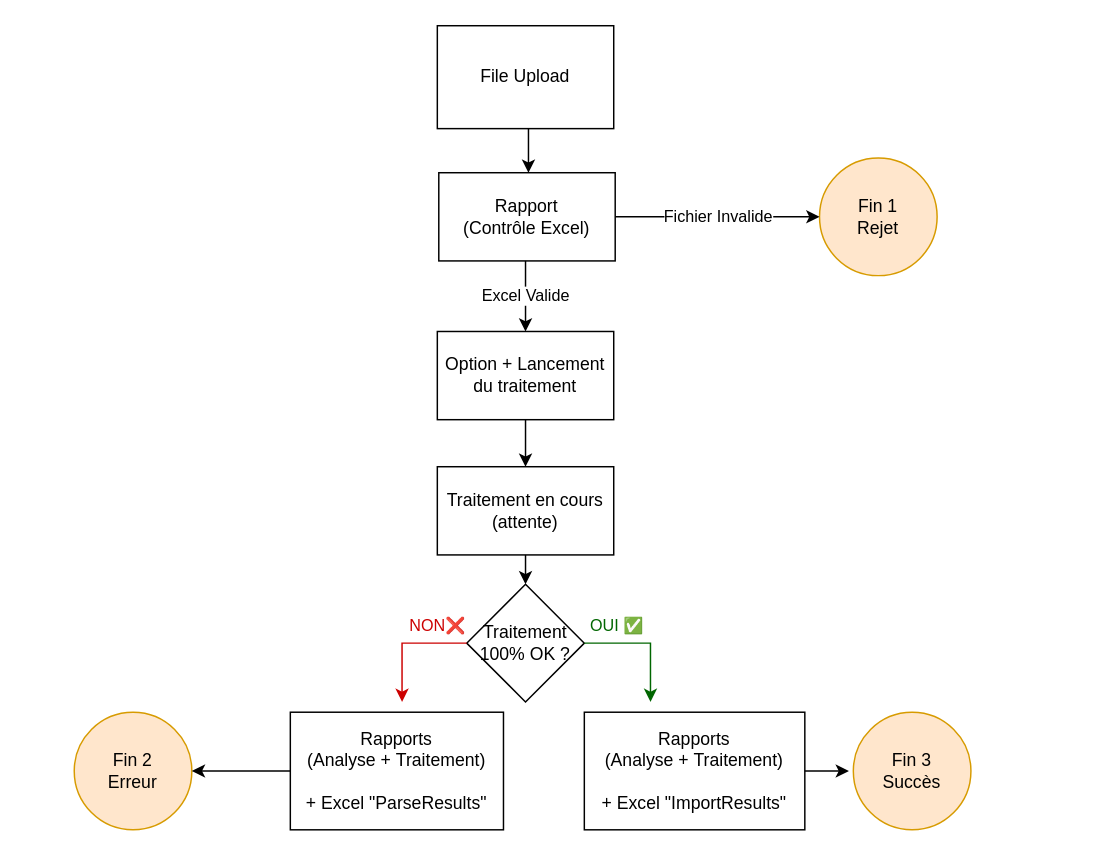
The draw.io diagram Spécifications/Import - Diagram d'enchaînement des écrans.drawio in xarich/XRIPersonalWiki, before the edit. Source tidied: cells renumbered, new cells numbered last; positions are measured from the earlier drawing's top-left corner, leaving out a move shared by most shapes. Both pictures are drawn from the tidied source at 147%, with x=0, y=0 at pixel (74, 25).
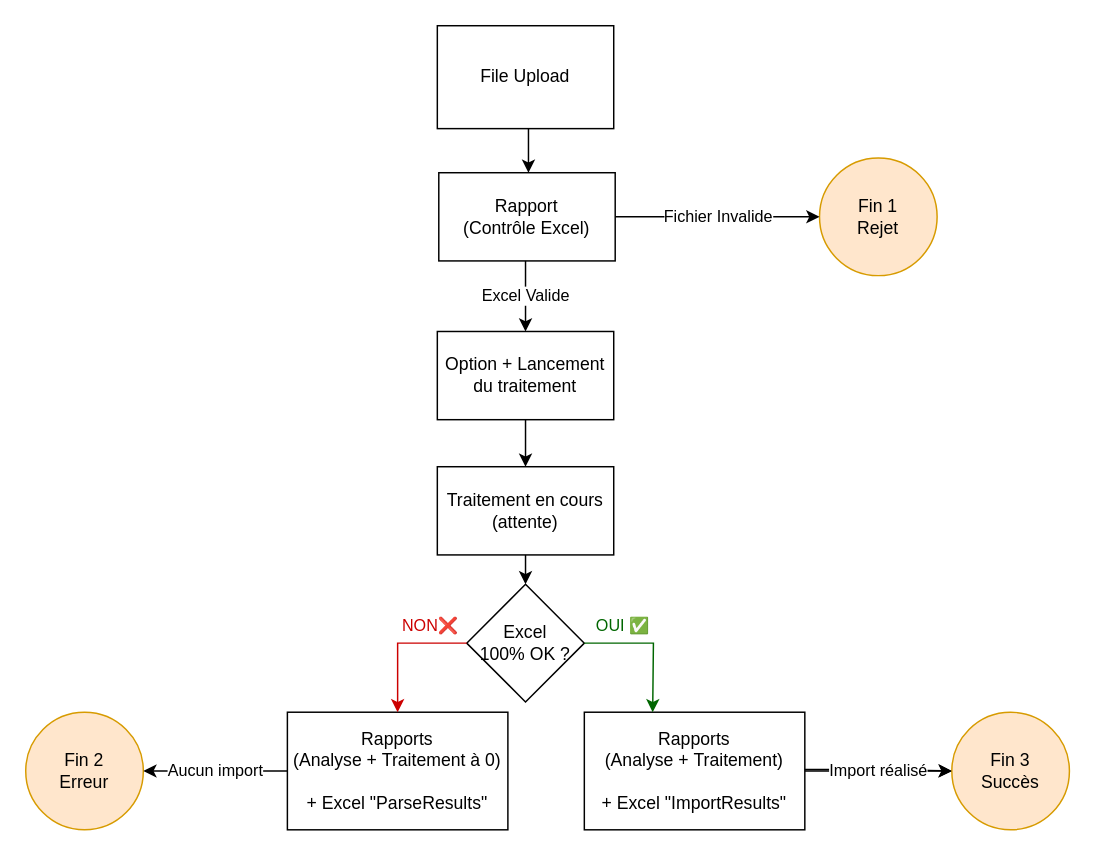
Above is the later version.

Commit message:
Couleur sur les 3 éléments de fin + Légende sur les flèches de fin

Unchanged cells that the change refers to:
```xml
<mxCell id="6" value="&lt;div&gt;&lt;span&gt;Rapports&lt;/span&gt;&lt;/div&gt;&lt;div&gt;&lt;/div&gt;(Analyse +&amp;nbsp;Traitement)&lt;br&gt;&lt;br&gt;+ Excel &quot;ImportResults&quot;" style="rounded=0;whiteSpace=wrap;html=1;align=center;" parent="1" vertex="1">
  <mxGeometry x="347" y="467" width="150" height="80" as="geometry" />
</mxCell>
```

What changed in the source:
```diff
@@
-    <mxCell id="5" value="&lt;div&gt;&lt;span&gt;Rapports&lt;/span&gt;&lt;/div&gt;(Analyse +&amp;nbsp;Traitement)&lt;br&gt;&lt;br&gt;+ Excel &quot;ParseResults&quot;" style="rounded=0;whiteSpace=wrap;html=1;align=center;" parent="1" vertex="1">
-      <mxGeometry x="147" y="467" width="145" height="80" as="geometry" />
+    <mxCell id="5" value="&lt;div&gt;&lt;span&gt;Rapports&lt;/span&gt;&lt;/div&gt;(Analyse +&amp;nbsp;Traitement à 0)&lt;br&gt;&lt;br&gt;+ Excel &quot;ParseResults&quot;" style="rounded=0;whiteSpace=wrap;html=1;align=center;" parent="1" vertex="1">
+      <mxGeometry x="145" y="467" width="150" height="80" as="geometry" />
     </mxCell>
+    <mxCell id="23" style="edgeStyle=orthogonalEdgeStyle;rounded=0;jettySize=auto;html=1;" parent="1" edge="1" source="6" target="14">
+      <mxGeometry relative="1" as="geometry" />
+    </mxCell>
@@
-    <mxCell id="11" value="&lt;font style=&quot;font-size: 12px&quot;&gt;Traitement 100% OK ?&lt;/font&gt;" style="rhombus;whiteSpace=wrap;html=1;" parent="1" vertex="1">
+    <mxCell id="11" value="&lt;font style=&quot;font-size: 12px&quot;&gt;Excel&lt;br&gt;100% OK ?&lt;/font&gt;" style="rhombus;whiteSpace=wrap;html=1;" parent="1" vertex="1">
       <mxGeometry x="267" y="380" width="80" height="80" as="geometry" />
     </mxCell>
@@
     <mxCell id="14" value="Fin 3&lt;br&gt;Succès" style="ellipse;whiteSpace=wrap;html=1;fillColor=#ffe6cc;strokeColor=#d79b00;" parent="1" vertex="1">
-      <mxGeometry x="530" y="467" width="80" height="80" as="geometry" />
+      <mxGeometry x="597" y="467" width="80" height="80" as="geometry" />
     </mxCell>
     <mxCell id="15" value="Fin 2&lt;br&gt;Erreur" style="ellipse;whiteSpace=wrap;html=1;fillColor=#ffe6cc;strokeColor=#d79b00;" parent="1" vertex="1">
-      <mxGeometry y="467" width="80" height="80" as="geometry" />
+      <mxGeometry x="-33" y="467" width="80" height="80" as="geometry" />
     </mxCell>
-    <mxCell id="16" style="endArrow=classic;html=1;rounded=0;exitX=1;exitY=0.5;exitDx=0;exitDy=0;" parent="1" edge="1" source="6">
-      <mxGeometry relative="1" as="geometry">
-        <mxPoint x="527" y="507" as="targetPoint" />
-      </mxGeometry>
-    </mxCell>
@@
-    <mxCell id="18" style="endArrow=classic;html=1;rounded=0;exitX=0;exitY=0.5;exitDx=0;exitDy=0;entryX=1;entryY=0.5;entryDx=0;entryDy=0;" parent="1" edge="1" source="5" target="15">
-      <mxGeometry relative="1" as="geometry" />
-    </mxCell>
-    <mxCell id="19" style="endArrow=classic;html=1;rounded=0;strokeColor=#006600;" parent="1" edge="1">
+    <mxCell id="19" style="endArrow=classic;html=1;rounded=0;strokeColor=#006600;entryX=0.31;entryY=0.001;entryDx=0;entryDy=0;entryPerimeter=0;" parent="1" edge="1" target="6">
       <mxGeometry relative="1" as="geometry">
         <mxPoint x="347" y="420" as="sourcePoint" />
-        <mxPoint x="392" y="460" as="targetPoint" />
         <Array as="points">
           <mxPoint x="377" y="420" />
-          <mxPoint x="392" y="420" />
+          <mxPoint x="394" y="420" />
         </Array>
       </mxGeometry>
     </mxCell>
@@
-    <mxCell id="21" style="endArrow=classic;html=1;rounded=0;exitX=0;exitY=0.5;exitDx=0;exitDy=0;strokeColor=#CC0000;" parent="1" edge="1" source="11">
+    <mxCell id="21" style="endArrow=classic;html=1;rounded=0;exitX=0;exitY=0.5;exitDx=0;exitDy=0;strokeColor=#CC0000;entryX=0.5;entryY=0;entryDx=0;entryDy=0;" parent="1" edge="1" source="11" target="5">
       <mxGeometry relative="1" as="geometry">
-        <mxPoint x="223" y="460" as="targetPoint" />
         <Array as="points">
-          <mxPoint x="223" y="420" />
+          <mxPoint x="220" y="420" />
         </Array>
       </mxGeometry>
     </mxCell>
@@
+    <mxCell id="24" style="endArrow=classic;html=1;rounded=0;entryX=0;entryY=0.5;entryDx=0;entryDy=0;" parent="1" edge="1" target="14">
+      <mxGeometry relative="1" as="geometry">
+        <mxPoint x="497" y="506" as="sourcePoint" />
+        <Array as="points">
+          <mxPoint x="537" y="506" />
+        </Array>
+      </mxGeometry>
+    </mxCell>
+    <mxCell id="25" value="Import réalisé" style="edgeLabel;html=1;align=center;verticalAlign=middle;fillColor=#B9E0A5;" parent="24" vertex="1">
+      <mxGeometry relative="1" as="geometry" />
+    </mxCell>
+    <mxCell id="18" style="endArrow=classic;html=1;rounded=0;entryX=1;entryY=0.5;entryDx=0;entryDy=0;exitX=0;exitY=0.5;exitDx=0;exitDy=0;" parent="1" edge="1" source="5" target="15">
+      <mxGeometry relative="1" as="geometry" />
+    </mxCell>
+    <mxCell id="26" value="Aucun import" style="edgeLabel;html=1;align=center;verticalAlign=middle;fillColor=#B9E0A5;" parent="18" vertex="1">
+      <mxGeometry relative="1" as="geometry">
+        <mxPoint x="-1" y="-1" as="offset" />
+      </mxGeometry>
+    </mxCell>
```
